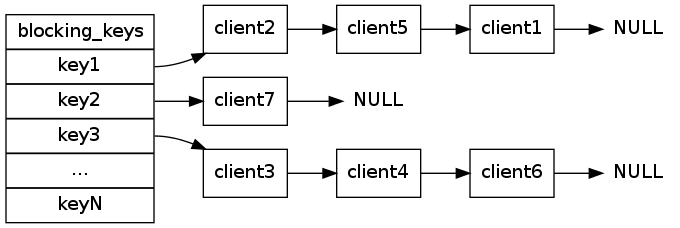
This is datatype/image/db_blocking_keys.png from huangzworks/redisbook, a Graphviz export, as it was before one commit. Its source is kept beside it as datatype/image/db_blocking_keys.dot. The source it was exported from:
```dot
digraph db_blocking_keys {

    rankdir = LR;

    node [shape = record];


    blocking_keys [label = "blocking_keys |<key1> key1 |<key2> key2 |<key3> key3 | ... |<keyN> keyN"];

    client1 [label = "client1"];
    client5 [label = "client5"];
    client2 [label = "client2"];
    null_1 [label = "NULL", shape=plaintext];

    blocking_keys:key1 -> client2;
    client2 -> client5;
    client5 -> client1;
    client1 -> null_1;

    client7 [label = "client7"];
    null_2 [label = "NULL", shape=plaintext];

    blocking_keys:key2 -> client7;
    client7 -> null_2;


    client3 [label = "client3"];
    client4 [label = "client4"];
    client6 [label = "client6"];
    null_3 [label = "NULL", shape=plaintext];

    blocking_keys:key3 -> client3;
    client3 -> client4;
    client4 -> client6;
    client6 -> null_3;
}
```
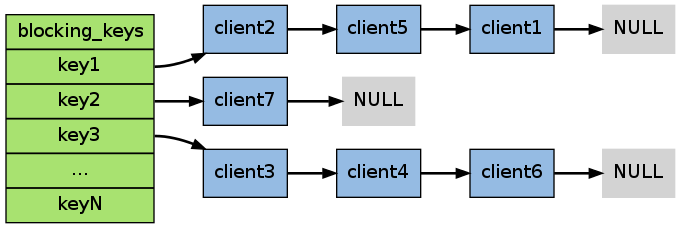
Above is the later version.

Change to the diagram source:
```diff
@@ -2,14 +2,16 @@
 
     rankdir = LR;
 
-    node [shape = record];
+    node [shape = record, style = filled];
+
+    edge [style = bold];
 
 
-    blocking_keys [label = "blocking_keys |<key1> key1 |<key2> key2 |<key3> key3 | ... |<keyN> keyN"];
+    blocking_keys [label = "blocking_keys |<key1> key1 |<key2> key2 |<key3> key3 | ... |<keyN> keyN", fillcolor = "#A8E270"];
 
-    client1 [label = "client1"];
-    client5 [label = "client5"];
-    client2 [label = "client2"];
+    client1 [label = "client1", fillcolor = "#95BBE3"];
+    client5 [label = "client5", fillcolor = "#95BBE3"];
+    client2 [label = "client2", fillcolor = "#95BBE3"];
     null_1 [label = "NULL", shape=plaintext];
 
     blocking_keys:key1 -> client2;
@@ -17,16 +19,16 @@
     client5 -> client1;
     client1 -> null_1;
 
-    client7 [label = "client7"];
+    client7 [label = "client7", fillcolor = "#95BBE3"];
     null_2 [label = "NULL", shape=plaintext];
 
     blocking_keys:key2 -> client7;
     client7 -> null_2;
 
 
-    client3 [label = "client3"];
-    client4 [label = "client4"];
-    client6 [label = "client6"];
+    client3 [label = "client3", fillcolor = "#95BBE3"];
+    client4 [label = "client4", fillcolor = "#95BBE3"];
+    client6 [label = "client6", fillcolor = "#95BBE3"];
     null_3 [label = "NULL", shape=plaintext];
 
     blocking_keys:key3 -> client3;
```
